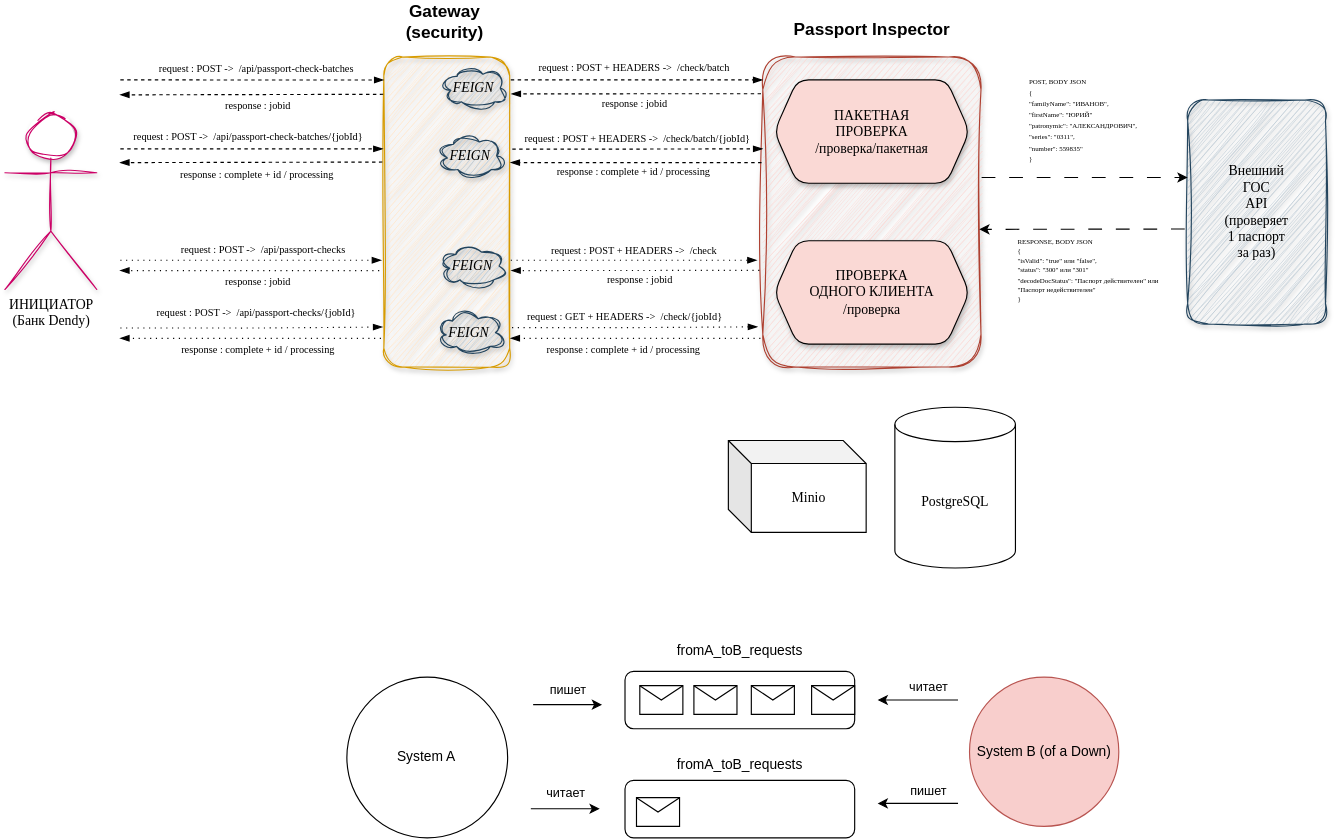
This is docs/passport-inspector-platform.svg from NAIIIK/passport-inspector-platform, a draw.io export, as it was before one commit. Source tidied: cells renumbered, new cells last; positions are measured from the earlier drawing's top-left corner, leaving out a move shared by most shapes.
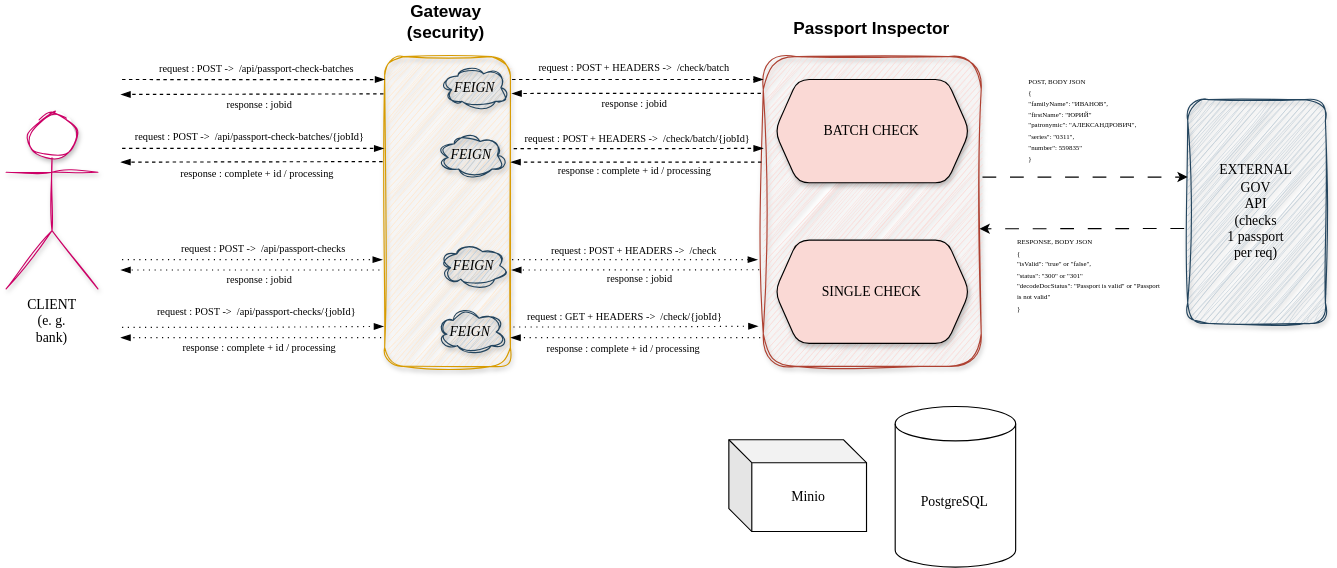
After the change.

Change to the diagram source:
```diff
@@ -10,6 +10,6 @@
     </mxCell>
-    <mxCell id="4" value="ПАКЕТНАЯ&lt;div&gt;ПРОВЕРКА&lt;/div&gt;&lt;div&gt;/проверка/пакетная&lt;/div&gt;" style="shape=hexagon;perimeter=hexagonPerimeter2;whiteSpace=wrap;html=1;fixedSize=1;fillColor=#FAD9D5;rounded=1;shadow=1;fontFamily=Tahoma;" parent="1" vertex="1">
+    <mxCell id="4" value="BATCH CHECK" style="shape=hexagon;perimeter=hexagonPerimeter2;whiteSpace=wrap;html=1;fixedSize=1;fillColor=#FAD9D5;rounded=1;shadow=1;fontFamily=Tahoma;" parent="1" vertex="1">
       <mxGeometry x="670" y="66" width="170" height="90" as="geometry" />
     </mxCell>
-    <mxCell id="5" value="ПРОВЕРКА&lt;br&gt;ОДНОГО КЛИЕНТА&lt;div&gt;/проверка&lt;/div&gt;" style="shape=hexagon;perimeter=hexagonPerimeter2;whiteSpace=wrap;html=1;fixedSize=1;fillColor=#FAD9D5;rounded=1;shadow=1;fontFamily=Tahoma;" parent="1" vertex="1">
+    <mxCell id="5" value="SINGLE CHECK" style="shape=hexagon;perimeter=hexagonPerimeter2;whiteSpace=wrap;html=1;fixedSize=1;fillColor=#FAD9D5;rounded=1;shadow=1;fontFamily=Tahoma;" parent="1" vertex="1">
       <mxGeometry x="670" y="206" width="170" height="90" as="geometry" />
@@ -19,3 +19,3 @@
     </mxCell>
-    <mxCell id="7" value="&lt;span style=&quot;white-space: normal;&quot;&gt;ИНИЦИАТОР&lt;/span&gt;&lt;div style=&quot;white-space: normal;&quot;&gt;(Банк Dendy)&lt;/div&gt;" style="shape=umlActor;verticalLabelPosition=bottom;verticalAlign=top;html=1;sketch=1;curveFitting=1;jiggle=2;shadow=1;strokeColor=#CC0066;fontFamily=Tahoma;rounded=1;" parent="1" vertex="1">
+    <mxCell id="7" value="&lt;span style=&quot;text-wrap-mode: wrap;&quot;&gt;CLIENT (e. g. bank)&lt;/span&gt;" style="shape=umlActor;verticalLabelPosition=bottom;verticalAlign=top;html=1;sketch=1;curveFitting=1;jiggle=2;shadow=1;strokeColor=#CC0066;fontFamily=Tahoma;rounded=1;" parent="1" vertex="1">
       <mxGeometry y="96" width="80" height="152.5" as="geometry" />
@@ -44,3 +44,3 @@
     </mxCell>
-    <mxCell id="12" value="Внешний&lt;div&gt;ГОС&lt;/div&gt;&lt;div&gt;API&lt;/div&gt;&lt;div&gt;(проверяет&lt;/div&gt;&lt;div&gt;1 паспорт&lt;/div&gt;&lt;div&gt;за раз)&lt;/div&gt;" style="rounded=1;whiteSpace=wrap;html=1;fillColor=#bac8d3;strokeColor=#23445d;glass=0;sketch=1;curveFitting=1;jiggle=2;shadow=1;fontFamily=Tahoma;" parent="1" vertex="1">
+    <mxCell id="12" value="EXTERNAL&lt;div&gt;GOV&lt;/div&gt;&lt;div&gt;API&lt;/div&gt;&lt;div&gt;(checks&lt;/div&gt;&lt;div&gt;1 passport&lt;/div&gt;&lt;div&gt;per req)&lt;/div&gt;" style="rounded=1;whiteSpace=wrap;html=1;fillColor=#bac8d3;strokeColor=#23445d;glass=0;sketch=1;curveFitting=1;jiggle=2;shadow=1;fontFamily=Tahoma;" parent="1" vertex="1">
       <mxGeometry x="1030" y="83.5" width="120" height="195" as="geometry" />
@@ -140,3 +140,3 @@
     </mxCell>
-    <mxCell id="32" value="&lt;span style=&quot;color: rgb(0, 0, 0); font-size: 6px; font-style: normal; font-variant-ligatures: normal; font-variant-caps: normal; font-weight: 400; letter-spacing: normal; orphans: 2; text-align: left; text-indent: 0px; text-transform: none; widows: 2; word-spacing: 0px; -webkit-text-stroke-width: 0px; white-space: normal; text-decoration-thickness: initial; text-decoration-style: initial; text-decoration-color: initial; float: none; display: inline !important;&quot;&gt;RESPONSE,&amp;nbsp;BODY JSON&lt;/span&gt;&lt;br style=&quot;forced-color-adjust: none; color: rgb(0, 0, 0); font-size: 6px; font-style: normal; font-variant-ligatures: normal; font-variant-caps: normal; font-weight: 400; letter-spacing: normal; orphans: 2; text-align: left; text-indent: 0px; text-transform: none; widows: 2; word-spacing: 0px; -webkit-text-stroke-width: 0px; white-space: normal; text-decoration-thickness: initial; text-decoration-style: initial; text-decoration-color: initial;&quot;&gt;&lt;span style=&quot;color: rgb(0, 0, 0); font-size: 6px; font-style: normal; font-variant-ligatures: normal; font-variant-caps: normal; font-weight: 400; letter-spacing: normal; orphans: 2; text-align: left; text-indent: 0px; text-transform: none; widows: 2; word-spacing: 0px; -webkit-text-stroke-width: 0px; white-space: normal; text-decoration-thickness: initial; text-decoration-style: initial; text-decoration-color: initial; float: none; display: inline !important;&quot;&gt;{&lt;/span&gt;&lt;br style=&quot;forced-color-adjust: none; color: rgb(0, 0, 0); font-size: 6px; font-style: normal; font-variant-ligatures: normal; font-variant-caps: normal; font-weight: 400; letter-spacing: normal; orphans: 2; text-align: left; text-indent: 0px; text-transform: none; widows: 2; word-spacing: 0px; -webkit-text-stroke-width: 0px; white-space: normal; text-decoration-thickness: initial; text-decoration-style: initial; text-decoration-color: initial;&quot;&gt;&lt;span style=&quot;color: rgb(0, 0, 0); font-size: 6px; font-style: normal; font-variant-ligatures: normal; font-variant-caps: normal; font-weight: 400; letter-spacing: normal; orphans: 2; text-align: left; text-indent: 0px; text-transform: none; widows: 2; word-spacing: 0px; -webkit-text-stroke-width: 0px; white-space: normal; text-decoration-thickness: initial; text-decoration-style: initial; text-decoration-color: initial; float: none; display: inline !important;&quot;&gt;&quot;isValid&quot;: &quot;true&quot; или &quot;false&quot;,&lt;/span&gt;&lt;br style=&quot;forced-color-adjust: none; color: rgb(0, 0, 0); font-size: 6px; font-style: normal; font-variant-ligatures: normal; font-variant-caps: normal; font-weight: 400; letter-spacing: normal; orphans: 2; text-align: left; text-indent: 0px; text-transform: none; widows: 2; word-spacing: 0px; -webkit-text-stroke-width: 0px; white-space: normal; text-decoration-thickness: initial; text-decoration-style: initial; text-decoration-color: initial;&quot;&gt;&lt;span style=&quot;color: rgb(0, 0, 0); font-size: 6px; font-style: normal; font-variant-ligatures: normal; font-variant-caps: normal; font-weight: 400; letter-spacing: normal; orphans: 2; text-align: left; text-indent: 0px; text-transform: none; widows: 2; word-spacing: 0px; -webkit-text-stroke-width: 0px; white-space: normal; text-decoration-thickness: initial; text-decoration-style: initial; text-decoration-color: initial; float: none; display: inline !important;&quot;&gt;&quot;status&quot;: &quot;300&quot; или &quot;301&quot;&lt;/span&gt;&lt;br style=&quot;forced-color-adjust: none; color: rgb(0, 0, 0); font-size: 6px; font-style: normal; font-variant-ligatures: normal; font-variant-caps: normal; font-weight: 400; letter-spacing: normal; orphans: 2; text-align: left; text-indent: 0px; text-transform: none; widows: 2; word-spacing: 0px; -webkit-text-stroke-width: 0px; white-space: normal; text-decoration-thickness: initial; text-decoration-style: initial; text-decoration-color: initial;&quot;&gt;&lt;span style=&quot;color: rgb(0, 0, 0); font-size: 6px; font-style: normal; font-variant-ligatures: normal; font-variant-caps: normal; font-weight: 400; letter-spacing: normal; orphans: 2; text-align: left; text-indent: 0px; text-transform: none; widows: 2; word-spacing: 0px; -webkit-text-stroke-width: 0px; white-space: normal; text-decoration-thickness: initial; text-decoration-style: initial; text-decoration-color: initial; float: none; display: inline !important;&quot;&gt;&quot;decodeDocStatus&quot;: &quot;Паспорт действителен&quot; или &quot;Паспорт недействителен&quot;&lt;/span&gt;&lt;br style=&quot;forced-color-adjust: none; color: rgb(0, 0, 0); font-size: 6px; font-style: normal; font-variant-ligatures: normal; font-variant-caps: normal; font-weight: 400; letter-spacing: normal; orphans: 2; text-align: left; text-indent: 0px; text-transform: none; widows: 2; word-spacing: 0px; -webkit-text-stroke-width: 0px; white-space: normal; text-decoration-thickness: initial; text-decoration-style: initial; text-decoration-color: initial;&quot;&gt;&lt;span style=&quot;color: rgb(0, 0, 0); font-size: 6px; font-style: normal; font-variant-ligatures: normal; font-variant-caps: normal; font-weight: 400; letter-spacing: normal; orphans: 2; text-align: left; text-indent: 0px; text-transform: none; widows: 2; word-spacing: 0px; -webkit-text-stroke-width: 0px; white-space: normal; text-decoration-thickness: initial; text-decoration-style: initial; text-decoration-color: initial; float: none; display: inline !important;&quot;&gt;}&lt;/span&gt;" style="text;whiteSpace=wrap;html=1;spacing=2;spacingTop=0;labelBorderColor=none;labelBackgroundColor=none;autosizeText=1;fontSize=7;convertToSvg=0;svgWhiteSpace=wrap;rounded=1;glass=0;shadow=0;fontFamily=Tahoma;" parent="1" vertex="1">
+    <mxCell id="32" value="&lt;span style=&quot;color: rgb(0, 0, 0); font-size: 6px; font-style: normal; font-variant-ligatures: normal; font-variant-caps: normal; font-weight: 400; letter-spacing: normal; orphans: 2; text-align: left; text-indent: 0px; text-transform: none; widows: 2; word-spacing: 0px; -webkit-text-stroke-width: 0px; white-space: normal; text-decoration-thickness: initial; text-decoration-style: initial; text-decoration-color: initial; float: none; display: inline !important;&quot;&gt;RESPONSE,&amp;nbsp;BODY JSON&lt;/span&gt;&lt;br style=&quot;forced-color-adjust: none; color: rgb(0, 0, 0); font-size: 6px; font-style: normal; font-variant-ligatures: normal; font-variant-caps: normal; font-weight: 400; letter-spacing: normal; orphans: 2; text-align: left; text-indent: 0px; text-transform: none; widows: 2; word-spacing: 0px; -webkit-text-stroke-width: 0px; white-space: normal; text-decoration-thickness: initial; text-decoration-style: initial; text-decoration-color: initial;&quot;&gt;&lt;span style=&quot;color: rgb(0, 0, 0); font-size: 6px; font-style: normal; font-variant-ligatures: normal; font-variant-caps: normal; font-weight: 400; letter-spacing: normal; orphans: 2; text-align: left; text-indent: 0px; text-transform: none; widows: 2; word-spacing: 0px; -webkit-text-stroke-width: 0px; white-space: normal; text-decoration-thickness: initial; text-decoration-style: initial; text-decoration-color: initial; float: none; display: inline !important;&quot;&gt;{&lt;/span&gt;&lt;br style=&quot;forced-color-adjust: none; color: rgb(0, 0, 0); font-size: 6px; font-style: normal; font-variant-ligatures: normal; font-variant-caps: normal; font-weight: 400; letter-spacing: normal; orphans: 2; text-align: left; text-indent: 0px; text-transform: none; widows: 2; word-spacing: 0px; -webkit-text-stroke-width: 0px; white-space: normal; text-decoration-thickness: initial; text-decoration-style: initial; text-decoration-color: initial;&quot;&gt;&lt;span style=&quot;color: rgb(0, 0, 0); font-size: 6px; font-style: normal; font-variant-ligatures: normal; font-variant-caps: normal; font-weight: 400; letter-spacing: normal; orphans: 2; text-align: left; text-indent: 0px; text-transform: none; widows: 2; word-spacing: 0px; -webkit-text-stroke-width: 0px; white-space: normal; text-decoration-thickness: initial; text-decoration-style: initial; text-decoration-color: initial; float: none; display: inline !important;&quot;&gt;&quot;isValid&quot;: &quot;true&quot; or &quot;false&quot;,&lt;/span&gt;&lt;br style=&quot;forced-color-adjust: none; color: rgb(0, 0, 0); font-size: 6px; font-style: normal; font-variant-ligatures: normal; font-variant-caps: normal; font-weight: 400; letter-spacing: normal; orphans: 2; text-align: left; text-indent: 0px; text-transform: none; widows: 2; word-spacing: 0px; -webkit-text-stroke-width: 0px; white-space: normal; text-decoration-thickness: initial; text-decoration-style: initial; text-decoration-color: initial;&quot;&gt;&lt;span style=&quot;color: rgb(0, 0, 0); font-size: 6px; font-style: normal; font-variant-ligatures: normal; font-variant-caps: normal; font-weight: 400; letter-spacing: normal; orphans: 2; text-align: left; text-indent: 0px; text-transform: none; widows: 2; word-spacing: 0px; -webkit-text-stroke-width: 0px; white-space: normal; text-decoration-thickness: initial; text-decoration-style: initial; text-decoration-color: initial; float: none; display: inline !important;&quot;&gt;&quot;status&quot;: &quot;300&quot; or &quot;301&quot;&lt;/span&gt;&lt;br style=&quot;forced-color-adjust: none; color: rgb(0, 0, 0); font-size: 6px; font-style: normal; font-variant-ligatures: normal; font-variant-caps: normal; font-weight: 400; letter-spacing: normal; orphans: 2; text-align: left; text-indent: 0px; text-transform: none; widows: 2; word-spacing: 0px; -webkit-text-stroke-width: 0px; white-space: normal; text-decoration-thickness: initial; text-decoration-style: initial; text-decoration-color: initial;&quot;&gt;&lt;span style=&quot;color: rgb(0, 0, 0); font-size: 6px; font-style: normal; font-variant-ligatures: normal; font-variant-caps: normal; font-weight: 400; letter-spacing: normal; orphans: 2; text-align: left; text-indent: 0px; text-transform: none; widows: 2; word-spacing: 0px; -webkit-text-stroke-width: 0px; white-space: normal; text-decoration-thickness: initial; text-decoration-style: initial; text-decoration-color: initial; float: none; display: inline !important;&quot;&gt;&quot;decodeDocStatus&quot;: &quot;Passport is valid&quot; or &quot;Passport is not valid&quot;&lt;/span&gt;&lt;br style=&quot;forced-color-adjust: none; color: rgb(0, 0, 0); font-size: 6px; font-style: normal; font-variant-ligatures: normal; font-variant-caps: normal; font-weight: 400; letter-spacing: normal; orphans: 2; text-align: left; text-indent: 0px; text-transform: none; widows: 2; word-spacing: 0px; -webkit-text-stroke-width: 0px; white-space: normal; text-decoration-thickness: initial; text-decoration-style: initial; text-decoration-color: initial;&quot;&gt;&lt;span style=&quot;color: rgb(0, 0, 0); font-size: 6px; font-style: normal; font-variant-ligatures: normal; font-variant-caps: normal; font-weight: 400; letter-spacing: normal; orphans: 2; text-align: left; text-indent: 0px; text-transform: none; widows: 2; word-spacing: 0px; -webkit-text-stroke-width: 0px; white-space: normal; text-decoration-thickness: initial; text-decoration-style: initial; text-decoration-color: initial; float: none; display: inline !important;&quot;&gt;}&lt;/span&gt;" style="text;whiteSpace=wrap;html=1;spacing=2;spacingTop=0;labelBorderColor=none;labelBackgroundColor=none;autosizeText=1;fontSize=8;convertToSvg=0;svgWhiteSpace=wrap;rounded=1;glass=0;shadow=0;fontFamily=Tahoma;" parent="1" vertex="1">
       <mxGeometry x="880" y="196" width="130" height="80" as="geometry" />
@@ -251,79 +251,2 @@
     </mxCell>
-    <mxCell id="63" style="rounded=1;whiteSpace=wrap;html=1;" parent="1" vertex="1">
-      <mxGeometry x="540" y="581" width="200" height="50" as="geometry" />
-    </mxCell>
-    <mxCell id="64" value="System A" style="ellipse;whiteSpace=wrap;html=1;rounded=1;" parent="1" vertex="1">
-      <mxGeometry x="297.8" y="586" width="140" height="140" as="geometry" />
-    </mxCell>
-    <mxCell id="65" value="System B (of a Down)" style="ellipse;whiteSpace=wrap;html=1;fillColor=#f8cecc;strokeColor=#b85450;rounded=1;" parent="1" vertex="1">
-      <mxGeometry x="840" y="586" width="130" height="130" as="geometry" />
-    </mxCell>
-    <mxCell id="66" style="shape=message;html=1;html=1;labelPosition=center;verticalLabelPosition=bottom;align=center;verticalAlign=top;rounded=1;" parent="1" vertex="1">
-      <mxGeometry x="702.5" y="593.5" width="37.5" height="25" as="geometry" />
-    </mxCell>
-    <mxCell id="67" style="shape=message;html=1;html=1;labelPosition=center;verticalLabelPosition=bottom;align=center;verticalAlign=top;rounded=1;" parent="1" vertex="1">
-      <mxGeometry x="650" y="593.5" width="37.5" height="25" as="geometry" />
-    </mxCell>
-    <mxCell id="68" style="shape=message;html=1;html=1;labelPosition=center;verticalLabelPosition=bottom;align=center;verticalAlign=top;rounded=1;" parent="1" vertex="1">
-      <mxGeometry x="600" y="593.5" width="37.5" height="25" as="geometry" />
-    </mxCell>
-    <mxCell id="69" value="fromA_toB_requests" style="text;html=1;whiteSpace=wrap;strokeColor=none;fillColor=none;align=center;verticalAlign=middle;rounded=1;" parent="1" vertex="1">
-      <mxGeometry x="575" y="551" width="130" height="25" as="geometry" />
-    </mxCell>
-    <mxCell id="70" style="endArrow=classic;html=1;rounded=1;" parent="1" edge="1">
-      <mxGeometry relative="1" as="geometry">
-        <mxPoint x="460" y="610" as="sourcePoint" />
-        <mxPoint x="520" y="610" as="targetPoint" />
-      </mxGeometry>
-    </mxCell>
-    <mxCell id="71" value="пишет" style="edgeLabel;html=1;align=center;verticalAlign=middle;rounded=1;" parent="70" vertex="1">
-      <mxGeometry x="-0.04" y="-1" relative="1" as="geometry">
-        <mxPoint y="-15" as="offset" />
-      </mxGeometry>
-    </mxCell>
-    <mxCell id="72" style="endArrow=classic;html=1;rounded=1;" parent="1" edge="1">
-      <mxGeometry relative="1" as="geometry">
-        <mxPoint x="830" y="606" as="sourcePoint" />
-        <mxPoint x="760" y="606" as="targetPoint" />
-      </mxGeometry>
-    </mxCell>
-    <mxCell id="73" value="читает" style="edgeLabel;html=1;align=center;verticalAlign=middle;rounded=1;" parent="72" vertex="1">
-      <mxGeometry x="-0.25" y="-3" relative="1" as="geometry">
-        <mxPoint y="-9" as="offset" />
-      </mxGeometry>
-    </mxCell>
-    <mxCell id="74" style="rounded=1;whiteSpace=wrap;html=1;" parent="1" vertex="1">
-      <mxGeometry x="540" y="676" width="200" height="50" as="geometry" />
-    </mxCell>
-    <mxCell id="75" style="endArrow=classic;html=1;rounded=1;" parent="1" edge="1">
-      <mxGeometry relative="1" as="geometry">
-        <mxPoint x="830" y="696" as="sourcePoint" />
-        <mxPoint x="760" y="696" as="targetPoint" />
-      </mxGeometry>
-    </mxCell>
-    <mxCell id="76" value="пишет" style="edgeLabel;html=1;align=center;verticalAlign=middle;rounded=1;" parent="75" vertex="1">
-      <mxGeometry x="-0.25" y="-3" relative="1" as="geometry">
-        <mxPoint y="-9" as="offset" />
-      </mxGeometry>
-    </mxCell>
-    <mxCell id="77" style="endArrow=classic;html=1;rounded=1;" parent="1" edge="1">
-      <mxGeometry relative="1" as="geometry">
-        <mxPoint x="458" y="700.7" as="sourcePoint" />
-        <mxPoint x="518" y="700.7" as="targetPoint" />
-      </mxGeometry>
-    </mxCell>
-    <mxCell id="78" value="читает" style="edgeLabel;html=1;align=center;verticalAlign=middle;rounded=1;" parent="77" vertex="1">
-      <mxGeometry x="-0.04" y="-1" relative="1" as="geometry">
-        <mxPoint y="-15" as="offset" />
-      </mxGeometry>
-    </mxCell>
-    <mxCell id="79" value="fromA_toB_requests" style="text;html=1;whiteSpace=wrap;strokeColor=none;fillColor=none;align=center;verticalAlign=middle;rounded=1;" parent="1" vertex="1">
-      <mxGeometry x="575" y="651" width="130" height="25" as="geometry" />
-    </mxCell>
-    <mxCell id="80" style="shape=message;html=1;html=1;labelPosition=center;verticalLabelPosition=bottom;align=center;verticalAlign=top;rounded=1;" parent="1" vertex="1">
-      <mxGeometry x="550" y="691" width="37.5" height="25" as="geometry" />
-    </mxCell>
-    <mxCell id="81" style="shape=message;html=1;html=1;labelPosition=center;verticalLabelPosition=bottom;align=center;verticalAlign=top;rounded=1;" parent="1" vertex="1">
-      <mxGeometry x="552.9" y="593.5" width="37.5" height="25" as="geometry" />
-    </mxCell>
   </root>
```
